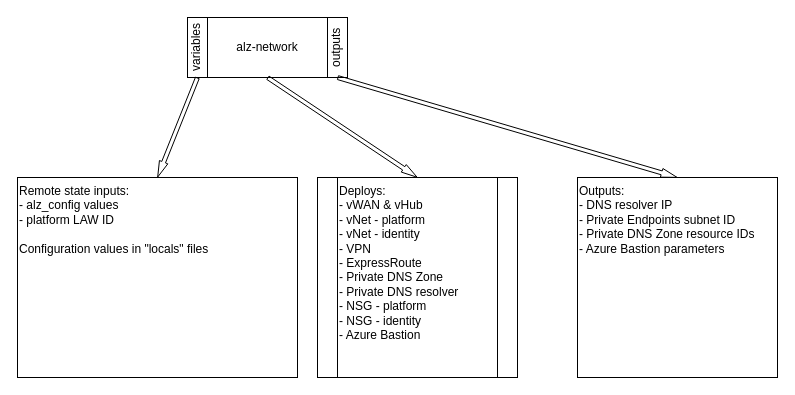
Before: page "alz-network" (4 of 5) of ta-alz.drawio in balazspados/azure-sandbox, a draw.io diagram. Source tidied: cells renumbered, new cells numbered last; positions are measured from the earlier drawing's top-left corner, leaving out a move shared by most shapes. Both pictures are drawn from the tidied source at 100%, with x=0, y=0 at pixel (17, 17).
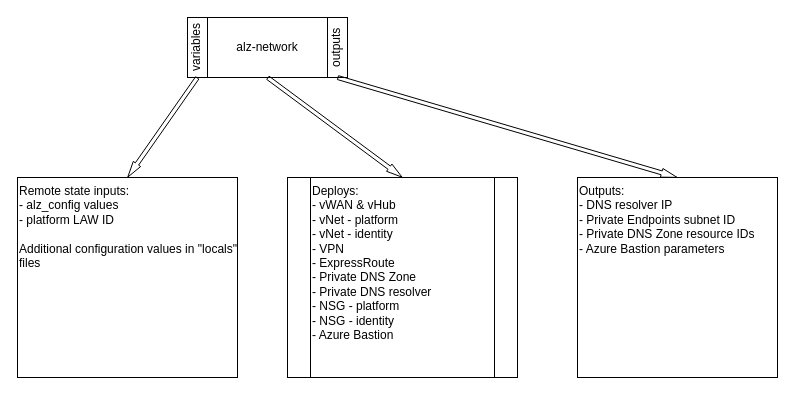
The same page after the edit.

Diff of the diagram source:
```diff
@@
 <mxGraphModel>
   <root>
     <mxCell id="0" />
     <mxCell id="1" parent="0" />
     <mxCell id="2" style="group;" parent="1" vertex="1">
       <mxGeometry x="170" width="160" height="60" as="geometry" />
     </mxCell>
     <mxCell id="3" value="alz-network" style="rounded=0;whiteSpace=wrap;html=1;" parent="2" vertex="1">
       <mxGeometry x="20" width="120" height="60" as="geometry" />
     </mxCell>
     <mxCell id="4" value="outputs" style="rounded=0;whiteSpace=wrap;html=1;textDirection=vertical-rl;rotation=-180;" parent="2" vertex="1">
       <mxGeometry x="140" width="20" height="60" as="geometry" />
     </mxCell>
     <mxCell id="5" value="variables" style="rounded=0;whiteSpace=wrap;html=1;textDirection=vertical-lr;rotation=-180;" parent="2" vertex="1">
       <mxGeometry width="20" height="60" as="geometry" />
     </mxCell>
     <mxCell id="6" value="&lt;div&gt;Deploys:&lt;/div&gt;- vWAN &amp;amp; vHub&lt;div&gt;&lt;div&gt;- vNet - platform&lt;/div&gt;&lt;div&gt;- vNet - identity&lt;/div&gt;&lt;div&gt;- VPN&lt;/div&gt;&lt;div&gt;- ExpressRoute&lt;/div&gt;&lt;div&gt;- Private DNS Zone&lt;/div&gt;&lt;div&gt;- Private DNS resolver&lt;/div&gt;&lt;div&gt;- NSG - platform&lt;/div&gt;&lt;div&gt;- NSG - identity&lt;/div&gt;&lt;div&gt;- Azure Bastion&lt;/div&gt;&lt;div&gt;&lt;br&gt;&lt;/div&gt;&lt;/div&gt;" style="shape=process;whiteSpace=wrap;html=1;backgroundOutline=1;align=left;verticalAlign=top;" parent="1" vertex="1">
-      <mxGeometry x="300" y="160" width="200" height="200" as="geometry" />
+      <mxGeometry x="270" y="160" width="230" height="200" as="geometry" />
     </mxCell>
-    <mxCell id="7" value="Remote state inputs:&lt;br&gt;&lt;div&gt;&lt;div&gt;- alz_config values&lt;/div&gt;&lt;div&gt;- platform LAW ID&lt;/div&gt;&lt;/div&gt;&lt;div&gt;&lt;br&gt;&lt;/div&gt;&lt;div&gt;Configuration values in &quot;locals&quot; files&lt;/div&gt;" style="rounded=0;whiteSpace=wrap;html=1;align=left;verticalAlign=top;fontSize=12;" parent="1" vertex="1">
-      <mxGeometry y="160" width="280" height="200" as="geometry" />
+    <mxCell id="7" value="Remote state inputs:&lt;br&gt;&lt;div&gt;&lt;div&gt;- alz_config values&lt;/div&gt;&lt;div&gt;- platform LAW ID&lt;/div&gt;&lt;/div&gt;&lt;div&gt;&lt;br&gt;&lt;/div&gt;&lt;div&gt;Additional configuration values in &quot;locals&quot; files&lt;/div&gt;" style="rounded=0;whiteSpace=wrap;html=1;align=left;verticalAlign=top;fontSize=12;" parent="1" vertex="1">
+      <mxGeometry y="160" width="220" height="200" as="geometry" />
     </mxCell>
     <mxCell id="8" style="shape=flexArrow;endArrow=classic;html=1;exitX=0.5;exitY=0;exitDx=0;exitDy=0;entryX=0.5;entryY=0;entryDx=0;entryDy=0;startSize=3;endSize=5;sourcePerimeterSpacing=0;endWidth=4;width=4;" parent="1" edge="1" source="5" target="7">
       <mxGeometry relative="1" as="geometry" />
     </mxCell>
     <mxCell id="9" style="shape=flexArrow;endArrow=classic;html=1;exitX=0.5;exitY=1;exitDx=0;exitDy=0;entryX=0.5;entryY=0;entryDx=0;entryDy=0;startSize=3;endSize=5;sourcePerimeterSpacing=0;endWidth=4;width=4;" parent="1" edge="1" source="3" target="6">
       <mxGeometry relative="1" as="geometry" />
     </mxCell>
     <mxCell id="10" value="Outputs:&lt;div&gt;- DNS resolver IP&lt;/div&gt;&lt;div&gt;- Private Endpoints subnet ID&lt;/div&gt;&lt;div&gt;- Private DNS Zone resource IDs&lt;/div&gt;&lt;div&gt;- Azure Bastion parameters&lt;/div&gt;" style="rounded=0;whiteSpace=wrap;html=1;align=left;verticalAlign=top;" parent="1" vertex="1">
       <mxGeometry x="560" y="160" width="200" height="200" as="geometry" />
     </mxCell>
     <mxCell id="11" style="shape=flexArrow;endArrow=classic;html=1;exitX=0.5;exitY=0;exitDx=0;exitDy=0;entryX=0.5;entryY=0;entryDx=0;entryDy=0;startSize=3;endSize=5;sourcePerimeterSpacing=0;endWidth=4;width=4;" parent="1" edge="1" source="4" target="10">
       <mxGeometry relative="1" as="geometry" />
     </mxCell>
   </root>
 </mxGraphModel>
```
